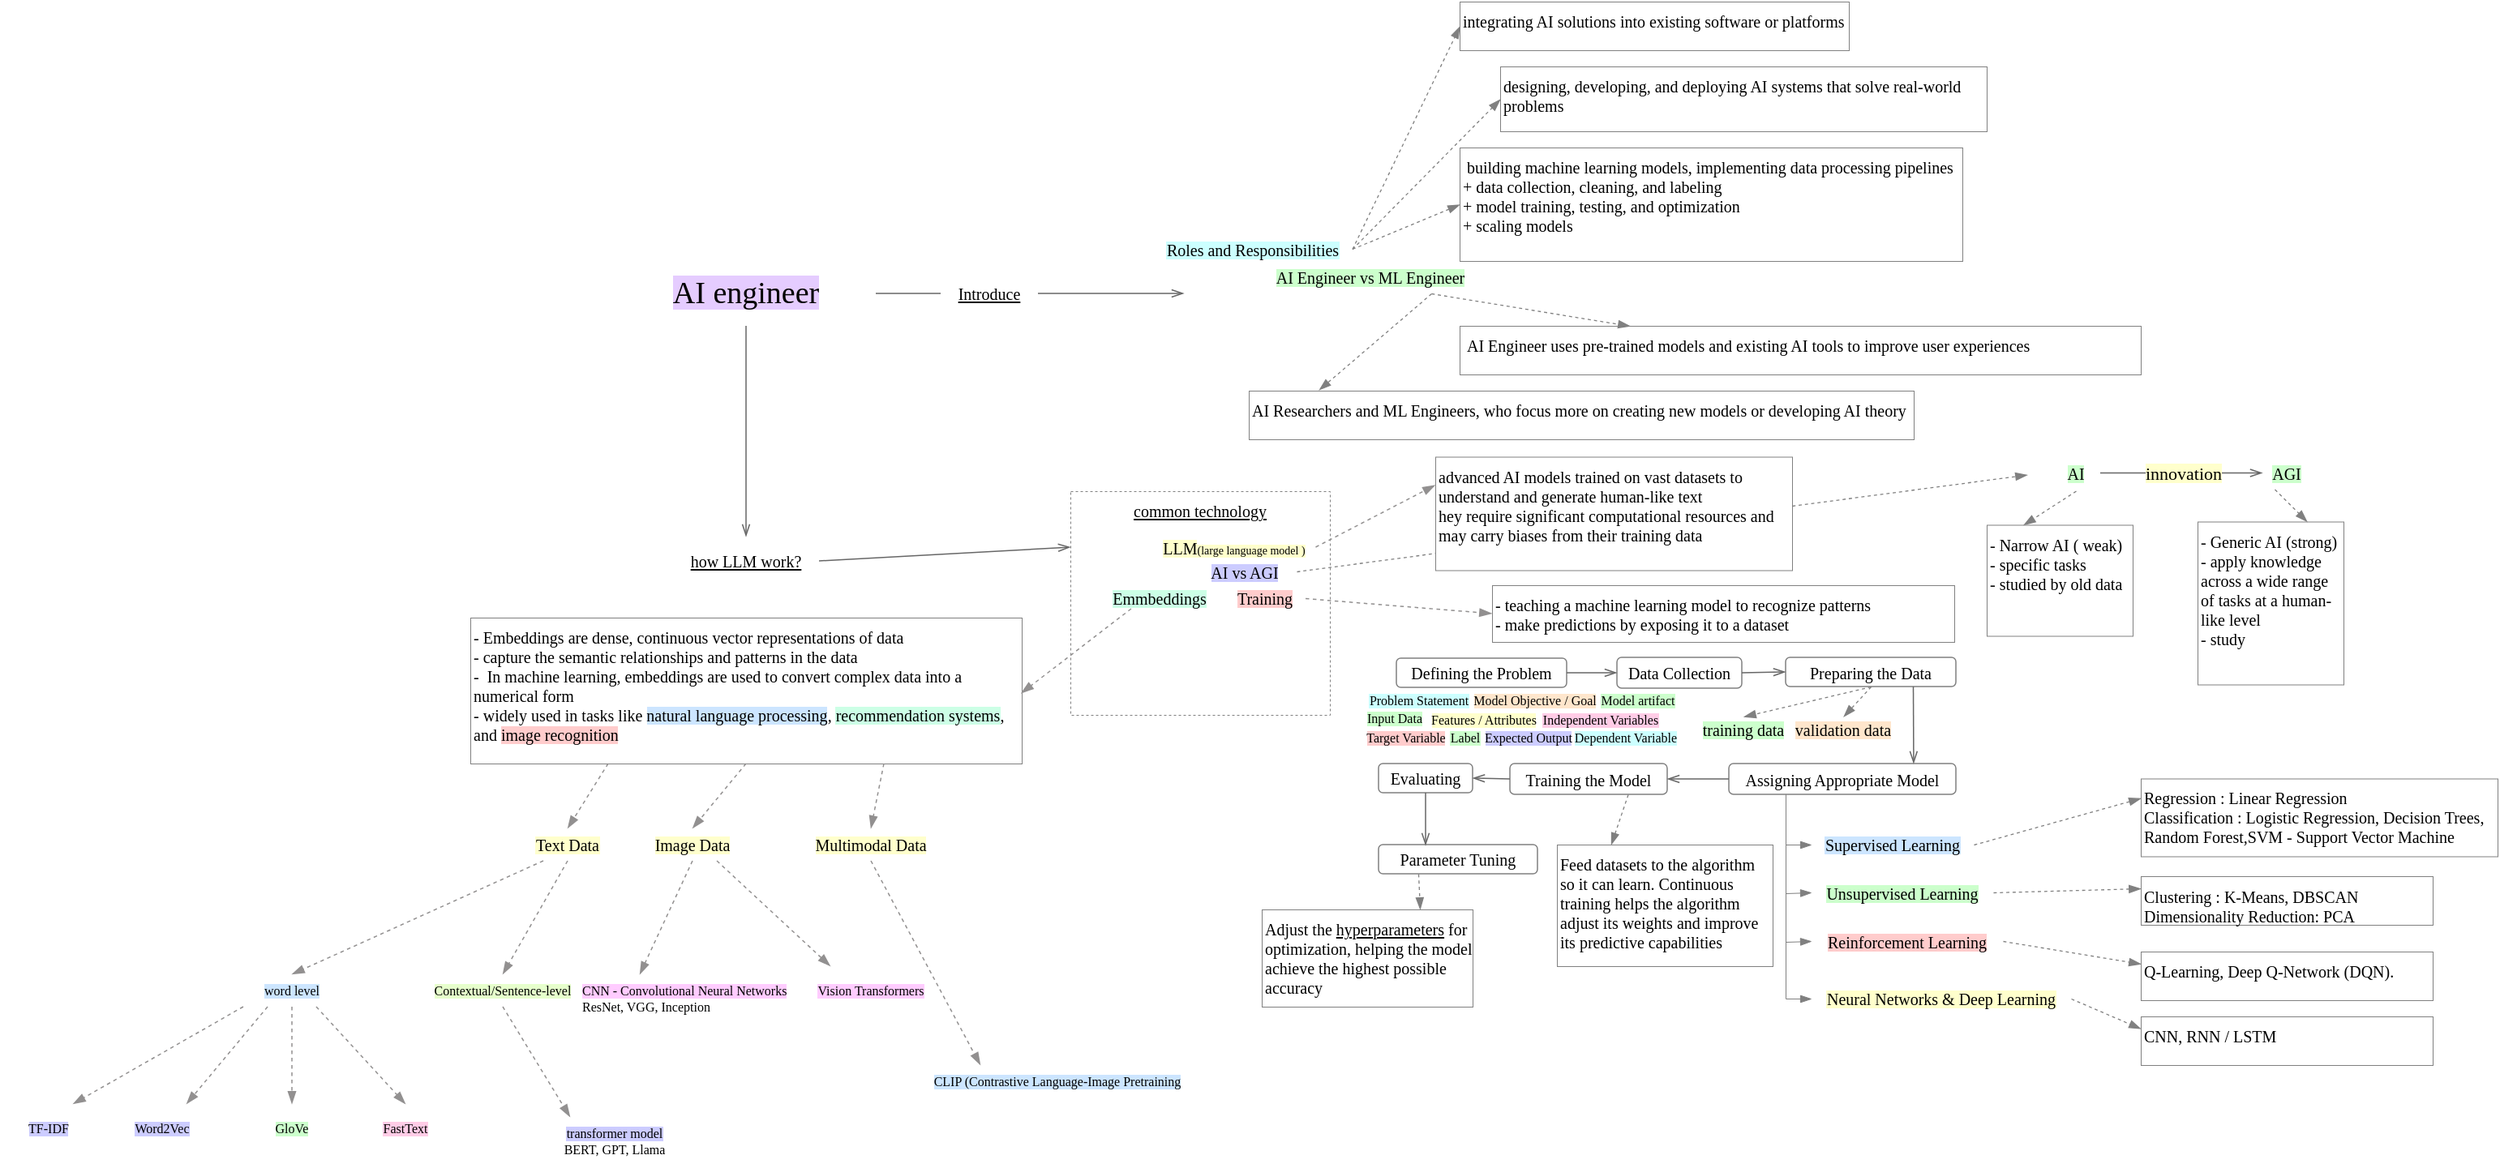
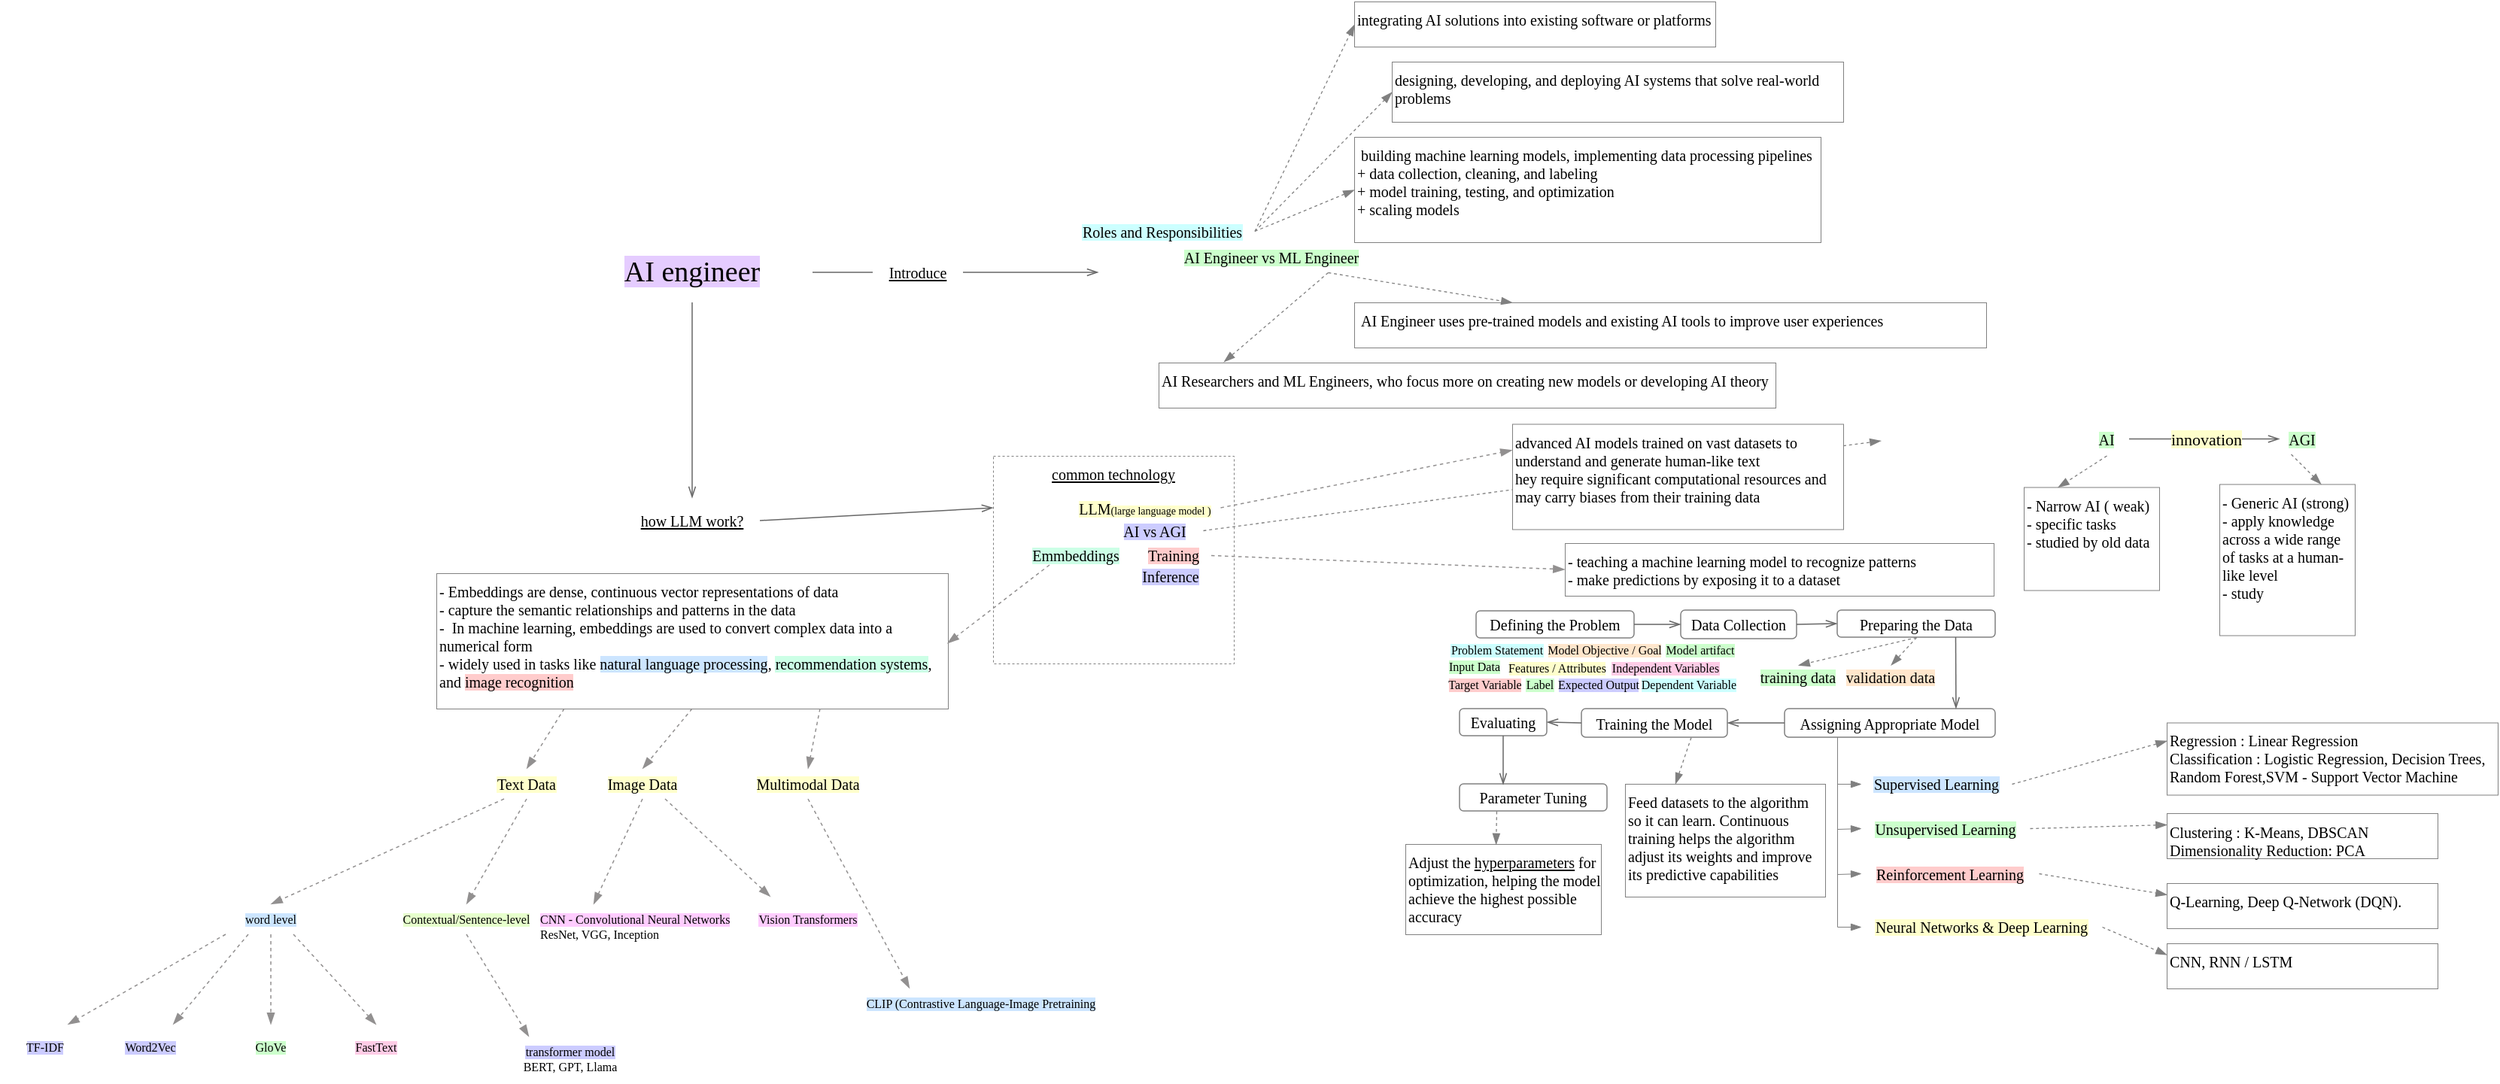
<mxfile host="app.diagrams.net" agent="Mozilla/5.0 (Macintosh; Intel Mac OS X 10_15_7) AppleWebKit/537.36 (KHTML, like Gecko) draw.io/29.3.0 Chrome/140.0.7339.249 Electron/38.7.2 Safari/537.36">
  <diagram name="Page-1" id="n3nyEJ4kgbD7jWuKOy95">
-     <mxGraphModel dx="745" dy="348" grid="1" gridSize="10" guides="1" tooltips="1" connect="1" arrows="1" fold="1" page="1" pageScale="1" pageWidth="827" pageHeight="1169" math="0" shadow="0">
+     <mxGraphModel dx="1141" dy="533" grid="1" gridSize="10" guides="1" tooltips="1" connect="1" arrows="1" fold="1" page="1" pageScale="1" pageWidth="827" pageHeight="1169" math="0" shadow="0">
      <root>
        <mxCell id="0" />
        <mxCell id="1" parent="0" />
        <mxCell id="48Jv2C9wjBzbgeSbcpPr-1" parent="1" style="text;html=1;whiteSpace=wrap;strokeColor=none;fillColor=none;align=center;verticalAlign=middle;rounded=0;fontFamily=Comic Sans MS;fontSize=19;" value="&lt;span style=&quot;background-color: rgb(229, 204, 255);&quot;&gt;AI engineer&lt;/span&gt;" vertex="1">
          <mxGeometry height="40" width="160" x="400" y="360" as="geometry" />
        </mxCell>
        <mxCell id="48Jv2C9wjBzbgeSbcpPr-3" parent="1" style="text;html=1;whiteSpace=wrap;strokeColor=none;fillColor=none;align=center;verticalAlign=middle;rounded=0;fontFamily=Comic Sans MS;fontSize=10;fontStyle=4" value="how LLM work?" vertex="1">
          <mxGeometry height="30" width="90" x="435" y="530" as="geometry" />
        </mxCell>
        <mxCell id="48Jv2C9wjBzbgeSbcpPr-6" edge="1" parent="1" source="48Jv2C9wjBzbgeSbcpPr-1" style="endArrow=openThin;html=1;rounded=0;strokeWidth=0.75;endFill=0;strokeColor=#666666;exitX=0.5;exitY=1;exitDx=0;exitDy=0;entryX=0.5;entryY=0;entryDx=0;entryDy=0;fontFamily=Comic Sans MS;" target="48Jv2C9wjBzbgeSbcpPr-3" value="">
          <mxGeometry height="50" relative="1" width="50" as="geometry">
            <mxPoint x="390" y="450" as="sourcePoint" />
            <mxPoint x="440" y="400" as="targetPoint" />
          </mxGeometry>
        </mxCell>
        <mxCell id="48Jv2C9wjBzbgeSbcpPr-8" parent="1" style="text;html=1;whiteSpace=wrap;strokeColor=none;fillColor=none;align=center;verticalAlign=middle;rounded=0;fontFamily=Comic Sans MS;fontSize=10;fontStyle=4" value="Introduce" vertex="1">
          <mxGeometry height="30" width="60" x="600" y="365" as="geometry" />
        </mxCell>
        <mxCell id="48Jv2C9wjBzbgeSbcpPr-9" edge="1" parent="1" source="48Jv2C9wjBzbgeSbcpPr-1" style="endArrow=none;html=1;rounded=0;strokeWidth=0.75;endFill=0;strokeColor=#666666;entryX=0;entryY=0.5;entryDx=0;entryDy=0;exitX=1;exitY=0.5;exitDx=0;exitDy=0;fontFamily=Comic Sans MS;" target="48Jv2C9wjBzbgeSbcpPr-8" value="">
          <mxGeometry height="50" relative="1" width="50" as="geometry">
            <mxPoint x="390" y="450" as="sourcePoint" />
            <mxPoint x="440" y="400" as="targetPoint" />
          </mxGeometry>
        </mxCell>
        <mxCell id="48Jv2C9wjBzbgeSbcpPr-11" edge="1" parent="1" source="48Jv2C9wjBzbgeSbcpPr-8" style="endArrow=openThin;html=1;rounded=0;strokeWidth=0.75;endFill=0;strokeColor=#666666;exitX=1;exitY=0.5;exitDx=0;exitDy=0;fontFamily=Comic Sans MS;" value="">
          <mxGeometry height="50" relative="1" width="50" as="geometry">
            <mxPoint x="590" y="450" as="sourcePoint" />
            <mxPoint x="750" y="380" as="targetPoint" />
          </mxGeometry>
        </mxCell>
        <mxCell id="48Jv2C9wjBzbgeSbcpPr-13" parent="1" style="text;html=1;whiteSpace=wrap;strokeColor=none;fillColor=none;align=center;verticalAlign=middle;rounded=0;fontFamily=Comic Sans MS;fontSize=10;" value="&lt;div&gt;&lt;span style=&quot;background-color: rgb(204, 255, 255);&quot;&gt;Roles and Responsibilities&lt;/span&gt;&lt;/div&gt;" vertex="1">
          <mxGeometry height="15" width="122.5" x="731.25" y="345" as="geometry" />
        </mxCell>
        <mxCell id="48Jv2C9wjBzbgeSbcpPr-14" parent="1" style="rounded=0;whiteSpace=wrap;html=1;fontFamily=Comic Sans MS;strokeWidth=0.5;strokeColor=#808080;align=left;verticalAlign=top;fontSize=10;" value="designing, developing, and deploying AI systems that solve real-world problems" vertex="1">
          <mxGeometry height="40" width="300" x="945" y="240" as="geometry" />
        </mxCell>
        <mxCell id="48Jv2C9wjBzbgeSbcpPr-15" parent="1" style="rounded=0;whiteSpace=wrap;html=1;fontFamily=Comic Sans MS;strokeWidth=0.5;strokeColor=#808080;align=left;verticalAlign=top;fontSize=10;" value="&amp;nbsp;building machine learning models, implementing data processing pipelines&lt;div&gt;+&amp;nbsp;data collection, cleaning, and labeling&lt;/div&gt;&lt;div&gt;+&amp;nbsp;model training, testing, and optimization&lt;/div&gt;&lt;div&gt;+&amp;nbsp;scaling models&lt;/div&gt;" vertex="1">
          <mxGeometry height="70" width="310" x="920" y="290" as="geometry" />
        </mxCell>
        <mxCell id="48Jv2C9wjBzbgeSbcpPr-16" parent="1" style="rounded=0;whiteSpace=wrap;html=1;fontFamily=Comic Sans MS;strokeWidth=0.5;strokeColor=#808080;align=left;verticalAlign=top;fontSize=10;" value="integrating AI solutions into existing software or platforms" vertex="1">
          <mxGeometry height="30" width="240" x="920" y="200" as="geometry" />
        </mxCell>
        <mxCell id="48Jv2C9wjBzbgeSbcpPr-17" edge="1" parent="1" source="48Jv2C9wjBzbgeSbcpPr-13" style="endArrow=blockThin;html=1;rounded=0;strokeColor=#808080;endFill=1;strokeWidth=0.65;exitX=1;exitY=0.5;exitDx=0;exitDy=0;entryX=0;entryY=0.5;entryDx=0;entryDy=0;dashed=1;fontFamily=Comic Sans MS;" target="48Jv2C9wjBzbgeSbcpPr-15" value="">
          <mxGeometry height="50" relative="1" width="50" as="geometry">
            <mxPoint x="945" y="330" as="sourcePoint" />
            <mxPoint x="920" y="290" as="targetPoint" />
          </mxGeometry>
        </mxCell>
        <mxCell id="48Jv2C9wjBzbgeSbcpPr-18" edge="1" parent="1" source="48Jv2C9wjBzbgeSbcpPr-13" style="endArrow=blockThin;html=1;rounded=0;strokeColor=#808080;endFill=1;strokeWidth=0.65;exitX=1;exitY=0.5;exitDx=0;exitDy=0;entryX=0;entryY=0.5;entryDx=0;entryDy=0;dashed=1;fontFamily=Comic Sans MS;" target="48Jv2C9wjBzbgeSbcpPr-14" value="">
          <mxGeometry height="50" relative="1" width="50" as="geometry">
            <mxPoint x="945" y="330" as="sourcePoint" />
            <mxPoint x="920" y="290" as="targetPoint" />
          </mxGeometry>
        </mxCell>
        <mxCell id="48Jv2C9wjBzbgeSbcpPr-19" edge="1" parent="1" source="48Jv2C9wjBzbgeSbcpPr-13" style="endArrow=blockThin;html=1;rounded=0;strokeColor=#808080;endFill=1;strokeWidth=0.65;exitX=1;exitY=0.5;exitDx=0;exitDy=0;entryX=0;entryY=0.5;entryDx=0;entryDy=0;dashed=1;fontFamily=Comic Sans MS;" target="48Jv2C9wjBzbgeSbcpPr-16" value="">
          <mxGeometry height="50" relative="1" width="50" as="geometry">
            <mxPoint x="945" y="330" as="sourcePoint" />
            <mxPoint x="920" y="290" as="targetPoint" />
          </mxGeometry>
        </mxCell>
        <mxCell id="48Jv2C9wjBzbgeSbcpPr-20" parent="1" style="text;html=1;whiteSpace=wrap;strokeColor=none;fillColor=none;align=center;verticalAlign=middle;rounded=0;fontFamily=Comic Sans MS;fontSize=10;" value="&lt;span style=&quot;background-color: rgb(204, 255, 204);&quot;&gt;AI Engineer vs ML Engineer&lt;/span&gt;" vertex="1">
          <mxGeometry height="20" width="150" x="790" y="360" as="geometry" />
        </mxCell>
        <mxCell id="48Jv2C9wjBzbgeSbcpPr-21" parent="1" style="rounded=0;whiteSpace=wrap;html=1;fontFamily=Comic Sans MS;strokeWidth=0.5;strokeColor=#808080;align=left;verticalAlign=top;fontSize=10;" value="&amp;nbsp;AI Engineer uses pre-trained models and existing AI tools to improve user experiences" vertex="1">
          <mxGeometry height="30" width="420" x="920" y="400" as="geometry" />
        </mxCell>
        <mxCell id="48Jv2C9wjBzbgeSbcpPr-22" parent="1" style="rounded=0;whiteSpace=wrap;html=1;fontFamily=Comic Sans MS;strokeWidth=0.5;strokeColor=#808080;align=left;verticalAlign=top;fontSize=10;" value="AI Researchers and ML Engineers, who focus more on creating new models or developing AI theory" vertex="1">
          <mxGeometry height="30" width="410" x="790" y="440" as="geometry" />
        </mxCell>
        <mxCell id="48Jv2C9wjBzbgeSbcpPr-23" edge="1" parent="1" source="48Jv2C9wjBzbgeSbcpPr-20" style="endArrow=blockThin;html=1;rounded=0;strokeColor=#808080;endFill=1;strokeWidth=0.65;exitX=0.75;exitY=1;exitDx=0;exitDy=0;entryX=0.25;entryY=0;entryDx=0;entryDy=0;dashed=1;fontFamily=Comic Sans MS;" target="48Jv2C9wjBzbgeSbcpPr-21" value="">
          <mxGeometry height="50" relative="1" width="50" as="geometry">
            <mxPoint x="705" y="330" as="sourcePoint" />
            <mxPoint x="680" y="290" as="targetPoint" />
          </mxGeometry>
        </mxCell>
        <mxCell id="48Jv2C9wjBzbgeSbcpPr-24" edge="1" parent="1" source="48Jv2C9wjBzbgeSbcpPr-20" style="endArrow=blockThin;html=1;rounded=0;strokeColor=#808080;endFill=1;strokeWidth=0.65;exitX=0.75;exitY=1;exitDx=0;exitDy=0;entryX=0.105;entryY=-0.017;entryDx=0;entryDy=0;dashed=1;entryPerimeter=0;fontFamily=Comic Sans MS;" target="48Jv2C9wjBzbgeSbcpPr-22" value="">
          <mxGeometry height="50" relative="1" width="50" as="geometry">
            <mxPoint x="705" y="330" as="sourcePoint" />
            <mxPoint x="680" y="290" as="targetPoint" />
          </mxGeometry>
        </mxCell>
        <mxCell id="48Jv2C9wjBzbgeSbcpPr-25" parent="1" style="rounded=0;whiteSpace=wrap;html=1;fontFamily=Comic Sans MS;strokeWidth=0.5;strokeColor=#808080;align=center;verticalAlign=top;fontSize=10;dashed=1;" value="&lt;u&gt;common technology&lt;/u&gt;&lt;div&gt;&lt;br&gt;&lt;/div&gt;" vertex="1">
          <mxGeometry height="138" width="160" x="680" y="502" as="geometry" />
        </mxCell>
        <mxCell id="48Jv2C9wjBzbgeSbcpPr-27" parent="1" style="text;html=1;whiteSpace=wrap;strokeColor=none;fillColor=none;align=center;verticalAlign=middle;rounded=0;fontFamily=Comic Sans MS;fontSize=10;" value="&lt;span&gt;&lt;span style=&quot;background-color: light-dark(rgb(204, 204, 255), rgb(0, 43, 0));&quot;&gt;AI vs AGI&lt;/span&gt;&lt;br&gt;&lt;/span&gt;" vertex="1">
          <mxGeometry height="10" width="65" x="754.5" y="546.5" as="geometry" />
        </mxCell>
        <mxCell id="48Jv2C9wjBzbgeSbcpPr-28" edge="1" parent="1" source="48Jv2C9wjBzbgeSbcpPr-3" style="endArrow=openThin;html=1;rounded=0;strokeWidth=0.75;endFill=0;strokeColor=#666666;exitX=1;exitY=0.5;exitDx=0;exitDy=0;entryX=0;entryY=0.25;entryDx=0;entryDy=0;fontFamily=Comic Sans MS;" target="48Jv2C9wjBzbgeSbcpPr-25" value="">
          <mxGeometry height="50" relative="1" width="50" as="geometry">
            <mxPoint x="670" y="630" as="sourcePoint" />
            <mxPoint x="720" y="580" as="targetPoint" />
          </mxGeometry>
        </mxCell>
        <mxCell id="48Jv2C9wjBzbgeSbcpPr-31" edge="1" parent="1" source="48Jv2C9wjBzbgeSbcpPr-27" style="endArrow=blockThin;html=1;rounded=0;strokeColor=#808080;endFill=1;strokeWidth=0.65;exitX=1;exitY=0.5;exitDx=0;exitDy=0;dashed=1;fontFamily=Comic Sans MS;entryX=0;entryY=0.5;entryDx=0;entryDy=0;" value="">
          <mxGeometry height="50" relative="1" width="50" as="geometry">
            <mxPoint x="810" y="536" as="sourcePoint" />
            <mxPoint x="1270" y="491.7500000000001" as="targetPoint" />
          </mxGeometry>
        </mxCell>
        <mxCell id="48Jv2C9wjBzbgeSbcpPr-32" parent="1" style="text;html=1;whiteSpace=wrap;strokeColor=none;fillColor=none;align=center;verticalAlign=middle;rounded=0;fontFamily=Comic Sans MS;fontSize=10;" value="&lt;span style=&quot;background-color: rgb(204, 255, 204);&quot;&gt;&lt;span style=&quot;background-color: light-dark(rgb(204, 255, 204), rgb(0, 43, 0));&quot;&gt;AI&lt;/span&gt;&lt;br&gt;&lt;/span&gt;" vertex="1">
-           <mxGeometry height="22" width="30" x="1285" y="479.75" as="geometry" />
+           <mxGeometry height="22" width="30" x="1405" y="479.75" as="geometry" />
        </mxCell>
        <mxCell id="48Jv2C9wjBzbgeSbcpPr-34" parent="1" style="text;html=1;whiteSpace=wrap;strokeColor=none;fillColor=none;align=center;verticalAlign=middle;rounded=0;fontFamily=Comic Sans MS;fontSize=10;" value="&lt;span style=&quot;background-color: rgb(204, 255, 204);&quot;&gt;AGI&lt;/span&gt;" vertex="1">
-           <mxGeometry height="20" width="30" x="1415" y="480.75" as="geometry" />
+           <mxGeometry height="20" width="30" x="1535" y="480.75" as="geometry" />
        </mxCell>
        <mxCell id="48Jv2C9wjBzbgeSbcpPr-35" edge="1" parent="1" source="48Jv2C9wjBzbgeSbcpPr-32" style="endArrow=openThin;html=1;rounded=0;strokeWidth=0.75;endFill=0;strokeColor=#666666;exitX=1;exitY=0.5;exitDx=0;exitDy=0;fontFamily=Comic Sans MS;" target="48Jv2C9wjBzbgeSbcpPr-34" value="">
          <mxGeometry height="50" relative="1" width="50" as="geometry">
-             <mxPoint x="1325" y="612.75" as="sourcePoint" />
-             <mxPoint x="1375" y="562.75" as="targetPoint" />
+             <mxPoint x="1445" y="612.75" as="sourcePoint" />
+             <mxPoint x="1495" y="562.75" as="targetPoint" />
          </mxGeometry>
        </mxCell>
        <mxCell id="48Jv2C9wjBzbgeSbcpPr-36" connectable="0" parent="48Jv2C9wjBzbgeSbcpPr-35" style="edgeLabel;html=1;align=center;verticalAlign=middle;resizable=0;points=[];fontFamily=Comic Sans MS;" value="&lt;span style=&quot;background-color: rgb(255, 255, 204);&quot;&gt;innovation&lt;/span&gt;" vertex="1">
          <mxGeometry relative="1" x="-0.312" as="geometry">
            <mxPoint x="16" as="offset" />
          </mxGeometry>
        </mxCell>
        <mxCell id="48Jv2C9wjBzbgeSbcpPr-37" parent="1" style="rounded=0;whiteSpace=wrap;html=1;fontFamily=Comic Sans MS;strokeWidth=0.5;strokeColor=#808080;align=left;verticalAlign=top;fontSize=10;" value="- Narrow AI ( weak)&lt;div&gt;-&amp;nbsp;specific tasks&lt;/div&gt;&lt;div&gt;- studied by old data&lt;/div&gt;" vertex="1">
-           <mxGeometry height="68.5" width="90" x="1245" y="522.75" as="geometry" />
+           <mxGeometry height="68.5" width="90" x="1365" y="522.75" as="geometry" />
        </mxCell>
        <mxCell id="48Jv2C9wjBzbgeSbcpPr-38" parent="1" style="rounded=0;whiteSpace=wrap;html=1;fontFamily=Comic Sans MS;strokeWidth=0.5;strokeColor=#808080;align=left;verticalAlign=top;fontSize=10;" value="- Generic AI (strong)&lt;div&gt;-&amp;nbsp;apply knowledge across a wide range of tasks at a human-like level&lt;/div&gt;&lt;div&gt;- study&amp;nbsp;&lt;/div&gt;" vertex="1">
-           <mxGeometry height="100.5" width="90" x="1375" y="520.75" as="geometry" />
+           <mxGeometry height="100.5" width="90" x="1495" y="520.75" as="geometry" />
        </mxCell>
        <mxCell id="48Jv2C9wjBzbgeSbcpPr-39" edge="1" parent="1" source="48Jv2C9wjBzbgeSbcpPr-34" style="endArrow=blockThin;html=1;rounded=0;strokeColor=#808080;endFill=1;strokeWidth=0.65;exitX=0.25;exitY=1;exitDx=0;exitDy=0;entryX=0.75;entryY=0;entryDx=0;entryDy=0;dashed=1;" target="48Jv2C9wjBzbgeSbcpPr-38" value="">
          <mxGeometry height="50" relative="1" width="50" as="geometry">
-             <mxPoint x="1390" y="580.75" as="sourcePoint" />
-             <mxPoint x="1365" y="540.75" as="targetPoint" />
+             <mxPoint x="1510" y="580.75" as="sourcePoint" />
+             <mxPoint x="1485" y="540.75" as="targetPoint" />
          </mxGeometry>
        </mxCell>
        <mxCell id="48Jv2C9wjBzbgeSbcpPr-41" edge="1" parent="1" source="48Jv2C9wjBzbgeSbcpPr-32" style="endArrow=blockThin;html=1;rounded=0;strokeColor=#808080;endFill=1;strokeWidth=0.65;exitX=0.5;exitY=1;exitDx=0;exitDy=0;entryX=0.25;entryY=0;entryDx=0;entryDy=0;dashed=1;" target="48Jv2C9wjBzbgeSbcpPr-37" value="">
          <mxGeometry height="50" relative="1" width="50" as="geometry">
-             <mxPoint x="1390" y="582.75" as="sourcePoint" />
-             <mxPoint x="1365" y="542.75" as="targetPoint" />
+             <mxPoint x="1510" y="582.75" as="sourcePoint" />
+             <mxPoint x="1485" y="542.75" as="targetPoint" />
          </mxGeometry>
        </mxCell>
        <mxCell id="4Kx2ZGOmUHy-jwn0eLsE-1" parent="1" style="text;html=1;whiteSpace=wrap;strokeColor=none;fillColor=none;align=center;verticalAlign=middle;rounded=0;" value="&lt;font face=&quot;Comic Sans MS&quot; style=&quot;background-color: rgb(255, 255, 204); font-size: 10px;&quot;&gt;LLM&lt;/font&gt;&lt;span style=&quot;background-color: rgb(255, 255, 204); font-size: 7px; font-family: &amp;quot;Comic Sans MS&amp;quot;; color: light-dark(rgb(0, 0, 0), rgb(255, 255, 255));&quot;&gt;(large language model )&lt;/span&gt;" vertex="1">
          <mxGeometry height="20" width="100" x="731.25" y="526.5" as="geometry" />
        </mxCell>
        <mxCell id="4Kx2ZGOmUHy-jwn0eLsE-2" parent="1" style="rounded=0;whiteSpace=wrap;html=1;align=left;verticalAlign=top;fontFamily=Comic Sans MS;strokeWidth=0.5;fontSize=10;strokeColor=#808080;" value="&lt;div&gt;&lt;div&gt;&lt;span style=&quot;background-color: transparent;&quot;&gt;advanced AI models trained on vast datasets to understand and generate human-like text&lt;/span&gt;&lt;/div&gt;&lt;/div&gt;&lt;div&gt;&lt;span style=&quot;background-color: transparent;&quot;&gt;hey require significant computational resources and may carry biases from their training data&lt;/span&gt;&lt;/div&gt;" vertex="1">
-           <mxGeometry height="70" width="220" x="905" y="480.75" as="geometry" />
+           <mxGeometry height="70" width="220" x="1025" y="480.75" as="geometry" />
        </mxCell>
        <mxCell id="4Kx2ZGOmUHy-jwn0eLsE-3" edge="1" parent="1" source="4Kx2ZGOmUHy-jwn0eLsE-1" style="endArrow=blockThin;html=1;rounded=0;endFill=1;strokeColor=light-dark(#929090, #ededed);strokeWidth=0.75;dashed=1;exitX=1;exitY=0.5;exitDx=0;exitDy=0;entryX=0;entryY=0.25;entryDx=0;entryDy=0;" target="4Kx2ZGOmUHy-jwn0eLsE-2" value="">
          <mxGeometry height="50" relative="1" width="50" as="geometry">
            <mxPoint x="710" y="550" as="sourcePoint" />
            <mxPoint x="760" y="500" as="targetPoint" />
          </mxGeometry>
        </mxCell>
        <mxCell id="4Kx2ZGOmUHy-jwn0eLsE-4" parent="1" style="text;html=1;whiteSpace=wrap;strokeColor=none;fillColor=none;align=center;verticalAlign=middle;rounded=0;fontFamily=Comic Sans MS;fontSize=10;" value="&lt;span&gt;&lt;span style=&quot;background-color: light-dark(rgb(204, 255, 230), rgb(0, 43, 0));&quot;&gt;Emmbeddings&lt;/span&gt;&lt;br&gt;&lt;/span&gt;" vertex="1">
          <mxGeometry height="14" width="70" x="700" y="560.5" as="geometry" />
        </mxCell>
        <mxCell id="4Kx2ZGOmUHy-jwn0eLsE-5" parent="1" style="rounded=0;whiteSpace=wrap;html=1;align=left;verticalAlign=top;fontFamily=Comic Sans MS;strokeWidth=0.5;fontSize=10;strokeColor=#808080;" value="&lt;div&gt;&lt;div&gt;&lt;span style=&quot;background-color: transparent;&quot;&gt;- Embeddings are dense, continuous vector representations of data&lt;/span&gt;&lt;/div&gt;&lt;/div&gt;&lt;div&gt;&lt;span style=&quot;background-color: transparent;&quot;&gt;-&amp;nbsp;&lt;/span&gt;&lt;span style=&quot;background-color: transparent;&quot;&gt;capture the semantic relationships and patterns in the data&lt;/span&gt;&lt;/div&gt;&lt;div&gt;&lt;span style=&quot;background-color: transparent;&quot;&gt;-&amp;nbsp;&lt;/span&gt;&lt;span style=&quot;background-color: transparent;&quot;&gt;&amp;nbsp;In machine learning, embeddings are used to convert complex data into a numerical form&lt;/span&gt;&lt;/div&gt;&lt;div&gt;&lt;span style=&quot;background-color: transparent;&quot;&gt;-&amp;nbsp;&lt;/span&gt;&lt;span style=&quot;background-color: transparent;&quot;&gt;widely used in tasks like &lt;/span&gt;&lt;span style=&quot;background-color: rgb(204, 229, 255);&quot;&gt;natural language processing&lt;/span&gt;&lt;span style=&quot;background-color: transparent;&quot;&gt;, &lt;/span&gt;&lt;span style=&quot;background-color: rgb(204, 255, 230);&quot;&gt;recommendation systems&lt;/span&gt;&lt;span style=&quot;background-color: transparent;&quot;&gt;, and &lt;/span&gt;&lt;span style=&quot;background-color: rgb(255, 204, 204);&quot;&gt;image recognition&lt;/span&gt;&lt;/div&gt;" vertex="1">
          <mxGeometry height="90" width="340" x="310" y="580" as="geometry" />
        </mxCell>
        <mxCell id="4Kx2ZGOmUHy-jwn0eLsE-6" parent="1" style="text;html=1;whiteSpace=wrap;strokeColor=none;fillColor=none;align=center;verticalAlign=middle;rounded=0;fontSize=10;" value="&lt;font face=&quot;Comic Sans MS&quot; style=&quot;background-color: rgb(255, 204, 204);&quot;&gt;Training&lt;/font&gt;" vertex="1">
          <mxGeometry height="13.5" width="50" x="775" y="561.5" as="geometry" />
        </mxCell>
        <mxCell id="4Kx2ZGOmUHy-jwn0eLsE-7" edge="1" parent="1" source="4Kx2ZGOmUHy-jwn0eLsE-4" style="endArrow=blockThin;html=1;rounded=0;endFill=1;strokeColor=light-dark(#929090, #ededed);strokeWidth=0.75;dashed=1;exitX=0.25;exitY=1;exitDx=0;exitDy=0;entryX=0.999;entryY=0.518;entryDx=0;entryDy=0;entryPerimeter=0;" target="4Kx2ZGOmUHy-jwn0eLsE-5" value="">
          <mxGeometry height="50" relative="1" width="50" as="geometry">
            <mxPoint x="620" y="640" as="sourcePoint" />
            <mxPoint x="670" y="590" as="targetPoint" />
          </mxGeometry>
        </mxCell>
        <mxCell id="4Kx2ZGOmUHy-jwn0eLsE-8" parent="1" style="rounded=0;whiteSpace=wrap;html=1;align=left;verticalAlign=top;fontFamily=Comic Sans MS;strokeWidth=0.5;fontSize=10;strokeColor=#808080;" value="&lt;div&gt;&lt;span style=&quot;background-color: transparent; color: light-dark(rgb(0, 0, 0), rgb(255, 255, 255));&quot;&gt;-&amp;nbsp;teaching a machine learning model to recognize patterns&lt;/span&gt;&lt;/div&gt;&lt;div&gt;-&amp;nbsp;make predictions by exposing it to a dataset&lt;/div&gt;" vertex="1">
-           <mxGeometry height="35" width="285" x="940" y="560" as="geometry" />
+           <mxGeometry height="35" width="285" x="1060" y="560" as="geometry" />
        </mxCell>
        <mxCell id="4Kx2ZGOmUHy-jwn0eLsE-10" edge="1" parent="1" source="4Kx2ZGOmUHy-jwn0eLsE-6" style="endArrow=blockThin;html=1;rounded=0;endFill=1;strokeColor=light-dark(#929090, #ededed);strokeWidth=0.75;dashed=1;exitX=1;exitY=0.5;exitDx=0;exitDy=0;entryX=0;entryY=0.5;entryDx=0;entryDy=0;" target="4Kx2ZGOmUHy-jwn0eLsE-8" value="">
          <mxGeometry height="50" relative="1" width="50" as="geometry">
            <mxPoint x="950" y="590" as="sourcePoint" />
            <mxPoint x="1000" y="540" as="targetPoint" />
          </mxGeometry>
        </mxCell>
        <mxCell id="4Kx2ZGOmUHy-jwn0eLsE-11" parent="1" style="text;html=1;whiteSpace=wrap;strokeColor=none;fillColor=none;align=center;verticalAlign=middle;rounded=0;fontSize=10;" value="&lt;font face=&quot;Comic Sans MS&quot; style=&quot;background-color: rgb(255, 255, 204);&quot;&gt;Text Data&lt;/font&gt;" vertex="1">
          <mxGeometry height="20" width="60" x="340" y="710" as="geometry" />
        </mxCell>
        <mxCell id="4Kx2ZGOmUHy-jwn0eLsE-12" parent="1" style="text;html=1;whiteSpace=wrap;strokeColor=none;fillColor=none;align=center;verticalAlign=middle;rounded=0;fontSize=10;" value="&lt;font face=&quot;Comic Sans MS&quot; style=&quot;background-color: rgb(255, 255, 204);&quot;&gt;Image Data&lt;/font&gt;" vertex="1">
          <mxGeometry height="20" width="60" x="417" y="710" as="geometry" />
        </mxCell>
        <mxCell id="4Kx2ZGOmUHy-jwn0eLsE-13" parent="1" style="text;html=1;whiteSpace=wrap;strokeColor=none;fillColor=none;align=center;verticalAlign=middle;rounded=0;fontSize=10;" value="&lt;font face=&quot;Comic Sans MS&quot; style=&quot;background-color: rgb(255, 255, 204);&quot;&gt;Multimodal&amp;nbsp;Data&lt;/font&gt;" vertex="1">
          <mxGeometry height="20" width="60" x="527" y="710" as="geometry" />
        </mxCell>
        <mxCell id="4Kx2ZGOmUHy-jwn0eLsE-14" edge="1" parent="1" source="4Kx2ZGOmUHy-jwn0eLsE-5" style="endArrow=blockThin;html=1;rounded=0;endFill=1;strokeColor=light-dark(#929090, #ededed);strokeWidth=0.75;dashed=1;entryX=0.5;entryY=0;entryDx=0;entryDy=0;exitX=0.75;exitY=1;exitDx=0;exitDy=0;" target="4Kx2ZGOmUHy-jwn0eLsE-13" value="">
          <mxGeometry height="50" relative="1" width="50" as="geometry">
            <mxPoint x="410" y="700" as="sourcePoint" />
            <mxPoint x="460" y="650" as="targetPoint" />
          </mxGeometry>
        </mxCell>
        <mxCell id="4Kx2ZGOmUHy-jwn0eLsE-15" edge="1" parent="1" source="4Kx2ZGOmUHy-jwn0eLsE-5" style="endArrow=blockThin;html=1;rounded=0;endFill=1;strokeColor=light-dark(#929090, #ededed);strokeWidth=0.75;dashed=1;entryX=0.5;entryY=0;entryDx=0;entryDy=0;exitX=0.5;exitY=1;exitDx=0;exitDy=0;" target="4Kx2ZGOmUHy-jwn0eLsE-12" value="">
          <mxGeometry height="50" relative="1" width="50" as="geometry">
            <mxPoint x="410" y="700" as="sourcePoint" />
            <mxPoint x="460" y="650" as="targetPoint" />
          </mxGeometry>
        </mxCell>
        <mxCell id="4Kx2ZGOmUHy-jwn0eLsE-16" edge="1" parent="1" source="4Kx2ZGOmUHy-jwn0eLsE-5" style="endArrow=blockThin;html=1;rounded=0;endFill=1;strokeColor=light-dark(#929090, #ededed);strokeWidth=0.75;dashed=1;entryX=0.5;entryY=0;entryDx=0;entryDy=0;exitX=0.25;exitY=1;exitDx=0;exitDy=0;" target="4Kx2ZGOmUHy-jwn0eLsE-11" value="">
          <mxGeometry height="50" relative="1" width="50" as="geometry">
            <mxPoint x="410" y="700" as="sourcePoint" />
            <mxPoint x="460" y="650" as="targetPoint" />
          </mxGeometry>
        </mxCell>
        <mxCell id="4Kx2ZGOmUHy-jwn0eLsE-17" parent="1" style="text;html=1;whiteSpace=wrap;strokeColor=none;fillColor=none;align=center;verticalAlign=middle;rounded=0;fontSize=8;" value="&lt;font face=&quot;Comic Sans MS&quot; style=&quot;background-color: rgb(204, 229, 255);&quot;&gt;word level&lt;/font&gt;" vertex="1">
          <mxGeometry height="20" width="60" x="170" y="800" as="geometry" />
        </mxCell>
        <mxCell id="4Kx2ZGOmUHy-jwn0eLsE-18" parent="1" style="text;html=1;whiteSpace=wrap;strokeColor=none;fillColor=none;align=center;verticalAlign=middle;rounded=0;fontSize=8;fontStyle=0" value="&lt;font face=&quot;Comic Sans MS&quot; style=&quot;background-color: rgb(204, 204, 255);&quot;&gt;Word2Vec&lt;/font&gt;" vertex="1">
          <mxGeometry height="30" width="60" x="90" y="879.9999999999995" as="geometry" />
        </mxCell>
        <mxCell id="4Kx2ZGOmUHy-jwn0eLsE-19" parent="1" style="text;html=1;whiteSpace=wrap;strokeColor=none;fillColor=none;align=center;verticalAlign=middle;rounded=0;fontSize=8;fontStyle=0" value="&lt;font face=&quot;Comic Sans MS&quot; style=&quot;background-color: rgb(204, 255, 204);&quot;&gt;GloVe&lt;/font&gt;" vertex="1">
          <mxGeometry height="30" width="60" x="170" y="879.9999999999995" as="geometry" />
        </mxCell>
        <mxCell id="4Kx2ZGOmUHy-jwn0eLsE-20" parent="1" style="text;html=1;whiteSpace=wrap;strokeColor=none;fillColor=none;align=center;verticalAlign=middle;rounded=0;fontSize=8;fontStyle=0" value="&lt;font face=&quot;Comic Sans MS&quot; style=&quot;background-color: rgb(255, 204, 230);&quot;&gt;FastText&lt;/font&gt;" vertex="1">
          <mxGeometry height="30" width="60" x="240" y="879.9999999999995" as="geometry" />
        </mxCell>
        <mxCell id="4Kx2ZGOmUHy-jwn0eLsE-21" edge="1" parent="1" source="4Kx2ZGOmUHy-jwn0eLsE-17" style="endArrow=blockThin;html=1;rounded=0;endFill=1;strokeColor=light-dark(#929090, #ededed);strokeWidth=0.75;dashed=1;exitX=0.75;exitY=1;exitDx=0;exitDy=0;entryX=0.5;entryY=0;entryDx=0;entryDy=0;fontSize=8;" target="4Kx2ZGOmUHy-jwn0eLsE-20" value="">
          <mxGeometry height="50" relative="1" width="50" as="geometry">
            <mxPoint x="270" y="840" as="sourcePoint" />
            <mxPoint x="320" y="790" as="targetPoint" />
          </mxGeometry>
        </mxCell>
        <mxCell id="4Kx2ZGOmUHy-jwn0eLsE-22" edge="1" parent="1" source="4Kx2ZGOmUHy-jwn0eLsE-17" style="endArrow=blockThin;html=1;rounded=0;endFill=1;strokeColor=light-dark(#929090, #ededed);strokeWidth=0.75;dashed=1;exitX=0.5;exitY=1;exitDx=0;exitDy=0;fontSize=8;" target="4Kx2ZGOmUHy-jwn0eLsE-19" value="">
          <mxGeometry height="50" relative="1" width="50" as="geometry">
            <mxPoint x="240" y="840" as="sourcePoint" />
            <mxPoint x="295" y="900" as="targetPoint" />
          </mxGeometry>
        </mxCell>
        <mxCell id="4Kx2ZGOmUHy-jwn0eLsE-23" edge="1" parent="1" source="4Kx2ZGOmUHy-jwn0eLsE-17" style="endArrow=blockThin;html=1;rounded=0;endFill=1;strokeColor=light-dark(#929090, #ededed);strokeWidth=0.75;dashed=1;exitX=0.25;exitY=1;exitDx=0;exitDy=0;entryX=0.75;entryY=0;entryDx=0;entryDy=0;fontSize=8;" target="4Kx2ZGOmUHy-jwn0eLsE-18" value="">
          <mxGeometry height="50" relative="1" width="50" as="geometry">
            <mxPoint x="190" y="830" as="sourcePoint" />
            <mxPoint x="190" y="890" as="targetPoint" />
          </mxGeometry>
        </mxCell>
        <mxCell id="4Kx2ZGOmUHy-jwn0eLsE-24" parent="1" style="text;html=1;whiteSpace=wrap;strokeColor=none;fillColor=none;align=center;verticalAlign=middle;rounded=0;fontSize=8;" value="&lt;font face=&quot;Comic Sans MS&quot; style=&quot;background-color: rgb(230, 255, 204);&quot;&gt;Contextual/Sentence-level&lt;/font&gt;" vertex="1">
          <mxGeometry height="20" width="140" x="260" y="800" as="geometry" />
        </mxCell>
        <mxCell id="4Kx2ZGOmUHy-jwn0eLsE-25" parent="1" style="text;html=1;whiteSpace=wrap;strokeColor=none;fillColor=none;align=center;verticalAlign=middle;rounded=0;fontSize=8;" value="&lt;font face=&quot;Comic Sans MS&quot;&gt;&lt;span style=&quot;background-color: rgb(204, 204, 255);&quot;&gt;transformer model&lt;/span&gt;&lt;br&gt;&lt;font&gt;BERT, GPT, Llama&lt;/font&gt;&lt;/font&gt;" vertex="1">
          <mxGeometry height="30" width="110" x="344" y="888" as="geometry" />
        </mxCell>
        <mxCell id="4Kx2ZGOmUHy-jwn0eLsE-26" edge="1" parent="1" source="4Kx2ZGOmUHy-jwn0eLsE-24" style="endArrow=blockThin;html=1;rounded=0;endFill=1;strokeColor=light-dark(#929090, #ededed);strokeWidth=0.75;dashed=1;entryX=0.25;entryY=0;entryDx=0;entryDy=0;exitX=0.5;exitY=1;exitDx=0;exitDy=0;fontSize=8;" target="4Kx2ZGOmUHy-jwn0eLsE-25" value="">
          <mxGeometry height="50" relative="1" width="50" as="geometry">
            <mxPoint x="360" y="890" as="sourcePoint" />
            <mxPoint x="410" y="840" as="targetPoint" />
          </mxGeometry>
        </mxCell>
        <mxCell id="4Kx2ZGOmUHy-jwn0eLsE-27" edge="1" parent="1" source="4Kx2ZGOmUHy-jwn0eLsE-11" style="endArrow=blockThin;html=1;rounded=0;endFill=1;strokeColor=light-dark(#929090, #ededed);strokeWidth=0.75;dashed=1;exitX=0.25;exitY=1;exitDx=0;exitDy=0;entryX=0.5;entryY=0;entryDx=0;entryDy=0;" target="4Kx2ZGOmUHy-jwn0eLsE-17" value="">
          <mxGeometry height="50" relative="1" width="50" as="geometry">
            <mxPoint x="330" y="900" as="sourcePoint" />
            <mxPoint x="380" y="850" as="targetPoint" />
          </mxGeometry>
        </mxCell>
        <mxCell id="4Kx2ZGOmUHy-jwn0eLsE-28" edge="1" parent="1" source="4Kx2ZGOmUHy-jwn0eLsE-11" style="endArrow=blockThin;html=1;rounded=0;endFill=1;strokeColor=light-dark(#929090, #ededed);strokeWidth=0.75;dashed=1;entryX=0.5;entryY=0;entryDx=0;entryDy=0;exitX=0.5;exitY=1;exitDx=0;exitDy=0;" target="4Kx2ZGOmUHy-jwn0eLsE-24" value="">
          <mxGeometry height="50" relative="1" width="50" as="geometry">
            <mxPoint x="330" y="900" as="sourcePoint" />
            <mxPoint x="380" y="850" as="targetPoint" />
          </mxGeometry>
        </mxCell>
        <mxCell id="4Kx2ZGOmUHy-jwn0eLsE-29" parent="1" style="text;html=1;whiteSpace=wrap;strokeColor=none;fillColor=none;align=left;verticalAlign=middle;rounded=0;fontSize=8;" value="&lt;font face=&quot;Comic Sans MS&quot;&gt;&lt;span style=&quot;background-color: rgb(255, 204, 255);&quot;&gt;CNN - Convolutional Neural Networks&lt;/span&gt;&lt;br&gt;&lt;span&gt;ResNet, VGG, Inception&lt;/span&gt;&lt;/font&gt;" vertex="1">
          <mxGeometry height="30" width="150" x="377" y="800" as="geometry" />
        </mxCell>
        <mxCell id="4Kx2ZGOmUHy-jwn0eLsE-30" parent="1" style="text;html=1;whiteSpace=wrap;strokeColor=none;fillColor=none;align=center;verticalAlign=middle;rounded=0;fontSize=8;" value="&lt;font face=&quot;Comic Sans MS&quot; style=&quot;background-color: rgb(255, 204, 255);&quot;&gt;Vision Transformers&lt;/font&gt;" vertex="1">
          <mxGeometry height="30" width="100" x="507" y="795" as="geometry" />
        </mxCell>
        <mxCell id="4Kx2ZGOmUHy-jwn0eLsE-31" edge="1" parent="1" source="4Kx2ZGOmUHy-jwn0eLsE-12" style="endArrow=blockThin;html=1;rounded=0;endFill=1;strokeColor=light-dark(#929090, #ededed);strokeWidth=0.75;dashed=1;exitX=0.5;exitY=1;exitDx=0;exitDy=0;entryX=0.25;entryY=0;entryDx=0;entryDy=0;" target="4Kx2ZGOmUHy-jwn0eLsE-29" value="">
          <mxGeometry height="50" relative="1" width="50" as="geometry">
            <mxPoint x="367" y="890" as="sourcePoint" />
            <mxPoint x="417" y="840" as="targetPoint" />
          </mxGeometry>
        </mxCell>
        <mxCell id="4Kx2ZGOmUHy-jwn0eLsE-32" edge="1" parent="1" source="4Kx2ZGOmUHy-jwn0eLsE-12" style="endArrow=blockThin;html=1;rounded=0;endFill=1;strokeColor=light-dark(#929090, #ededed);strokeWidth=0.75;dashed=1;entryX=0.25;entryY=0;entryDx=0;entryDy=0;exitX=0.75;exitY=1;exitDx=0;exitDy=0;" target="4Kx2ZGOmUHy-jwn0eLsE-30" value="">
          <mxGeometry height="50" relative="1" width="50" as="geometry">
            <mxPoint x="367" y="890" as="sourcePoint" />
            <mxPoint x="417" y="840" as="targetPoint" />
          </mxGeometry>
        </mxCell>
        <mxCell id="4Kx2ZGOmUHy-jwn0eLsE-33" parent="1" style="text;html=1;whiteSpace=wrap;strokeColor=none;fillColor=none;align=center;verticalAlign=middle;rounded=0;fontSize=8;" value="&lt;font face=&quot;Comic Sans MS&quot; style=&quot;background-color: rgb(204, 229, 255);&quot;&gt;CLIP (Contrastive Language-Image Pretraining&lt;/font&gt;" vertex="1">
          <mxGeometry height="20" width="190" x="577" y="856" as="geometry" />
        </mxCell>
        <mxCell id="4Kx2ZGOmUHy-jwn0eLsE-34" edge="1" parent="1" source="4Kx2ZGOmUHy-jwn0eLsE-13" style="endArrow=blockThin;html=1;rounded=0;endFill=1;strokeColor=light-dark(#929090, #ededed);strokeWidth=0.75;dashed=1;entryX=0.25;entryY=0;entryDx=0;entryDy=0;exitX=0.5;exitY=1;exitDx=0;exitDy=0;" target="4Kx2ZGOmUHy-jwn0eLsE-33" value="">
          <mxGeometry height="50" relative="1" width="50" as="geometry">
            <mxPoint x="347" y="780" as="sourcePoint" />
            <mxPoint x="397" y="730" as="targetPoint" />
          </mxGeometry>
        </mxCell>
        <mxCell id="4Kx2ZGOmUHy-jwn0eLsE-35" parent="1" style="text;html=1;whiteSpace=wrap;strokeColor=none;fillColor=none;align=center;verticalAlign=middle;rounded=0;fontSize=8;fontStyle=0" value="&lt;font face=&quot;Comic Sans MS&quot; style=&quot;background-color: rgb(204, 204, 255);&quot;&gt;TF-IDF&lt;/font&gt;" vertex="1">
          <mxGeometry height="30" width="60" x="20" y="880" as="geometry" />
        </mxCell>
        <mxCell id="4Kx2ZGOmUHy-jwn0eLsE-36" edge="1" parent="1" source="4Kx2ZGOmUHy-jwn0eLsE-17" style="endArrow=blockThin;html=1;rounded=0;endFill=1;strokeColor=light-dark(#929090, #ededed);strokeWidth=0.75;dashed=1;exitX=0;exitY=1;exitDx=0;exitDy=0;entryX=0.75;entryY=0;entryDx=0;entryDy=0;" target="4Kx2ZGOmUHy-jwn0eLsE-35" value="">
          <mxGeometry height="50" relative="1" width="50" as="geometry">
            <mxPoint x="140" y="780" as="sourcePoint" />
            <mxPoint x="190" y="730" as="targetPoint" />
          </mxGeometry>
        </mxCell>
        <mxCell id="V7DRn1bYesRj_FAgbpVT-1" parent="1" style="rounded=1;whiteSpace=wrap;html=1;strokeColor=#808080;fontFamily=Comic Sans MS;strokeWidth=0.75;fontSize=10;" value="Defining the Problem" vertex="1">
-           <mxGeometry height="18" width="105" x="881" y="605" as="geometry" />
+           <mxGeometry height="18" width="105" x="1001" y="605" as="geometry" />
        </mxCell>
        <mxCell id="V7DRn1bYesRj_FAgbpVT-5" parent="1" style="rounded=1;whiteSpace=wrap;html=1;strokeColor=#808080;fontFamily=Comic Sans MS;strokeWidth=0.75;fontSize=10;" value="Data Collection" vertex="1">
-           <mxGeometry height="19" width="77" x="1017" y="604.5" as="geometry" />
+           <mxGeometry height="19" width="77" x="1137" y="604.5" as="geometry" />
        </mxCell>
        <mxCell id="V7DRn1bYesRj_FAgbpVT-7" parent="1" style="rounded=1;whiteSpace=wrap;html=1;strokeColor=#808080;fontFamily=Comic Sans MS;strokeWidth=0.75;fontSize=10;" value="Preparing the Data" vertex="1">
-           <mxGeometry height="18" width="105" x="1121" y="604.5" as="geometry" />
+           <mxGeometry height="18" width="105" x="1241" y="604.5" as="geometry" />
        </mxCell>
        <mxCell id="V7DRn1bYesRj_FAgbpVT-8" parent="1" style="rounded=1;whiteSpace=wrap;html=1;strokeColor=#808080;fontFamily=Comic Sans MS;strokeWidth=0.75;fontSize=10;" value="Assigning Appropriate Model" vertex="1">
-           <mxGeometry height="19" width="140" x="1086" y="670" as="geometry" />
+           <mxGeometry height="19" width="140" x="1206" y="670" as="geometry" />
        </mxCell>
        <mxCell id="V7DRn1bYesRj_FAgbpVT-9" parent="1" style="rounded=1;whiteSpace=wrap;html=1;strokeColor=#808080;fontFamily=Comic Sans MS;strokeWidth=0.75;fontSize=10;" value="Training the Model" vertex="1">
-           <mxGeometry height="19" width="97" x="951" y="670" as="geometry" />
+           <mxGeometry height="19" width="97" x="1071" y="670" as="geometry" />
        </mxCell>
        <mxCell id="V7DRn1bYesRj_FAgbpVT-10" parent="1" style="rounded=1;whiteSpace=wrap;html=1;strokeColor=#808080;fontFamily=Comic Sans MS;strokeWidth=0.75;fontSize=10;" value="Evaluating" vertex="1">
-           <mxGeometry height="18" width="58" x="870" y="670" as="geometry" />
+           <mxGeometry height="18" width="58" x="990" y="670" as="geometry" />
        </mxCell>
        <mxCell id="V7DRn1bYesRj_FAgbpVT-11" parent="1" style="rounded=1;whiteSpace=wrap;html=1;strokeColor=#808080;fontFamily=Comic Sans MS;strokeWidth=0.75;fontSize=10;" value="Parameter Tuning" vertex="1">
-           <mxGeometry height="18" width="98" x="870" y="720" as="geometry" />
+           <mxGeometry height="18" width="98" x="990" y="720" as="geometry" />
        </mxCell>
        <mxCell id="V7DRn1bYesRj_FAgbpVT-12" edge="1" parent="1" source="V7DRn1bYesRj_FAgbpVT-1" style="endArrow=openThin;html=1;rounded=0;strokeWidth=0.75;endFill=0;strokeColor=#666666;entryX=0;entryY=0.5;entryDx=0;entryDy=0;exitX=1;exitY=0.5;exitDx=0;exitDy=0;" target="V7DRn1bYesRj_FAgbpVT-5" value="">
          <mxGeometry height="50" relative="1" width="50" as="geometry">
-             <mxPoint x="955" y="695" as="sourcePoint" />
-             <mxPoint x="1005" y="645" as="targetPoint" />
+             <mxPoint x="1075" y="695" as="sourcePoint" />
+             <mxPoint x="1125" y="645" as="targetPoint" />
          </mxGeometry>
        </mxCell>
        <mxCell id="V7DRn1bYesRj_FAgbpVT-13" edge="1" parent="1" source="V7DRn1bYesRj_FAgbpVT-5" style="endArrow=openThin;html=1;rounded=0;strokeWidth=0.75;endFill=0;strokeColor=#666666;entryX=0;entryY=0.5;entryDx=0;entryDy=0;exitX=1;exitY=0.5;exitDx=0;exitDy=0;" target="V7DRn1bYesRj_FAgbpVT-7" value="">
          <mxGeometry height="50" relative="1" width="50" as="geometry">
-             <mxPoint x="955" y="695" as="sourcePoint" />
-             <mxPoint x="1005" y="645" as="targetPoint" />
+             <mxPoint x="1075" y="695" as="sourcePoint" />
+             <mxPoint x="1125" y="645" as="targetPoint" />
          </mxGeometry>
        </mxCell>
        <mxCell id="V7DRn1bYesRj_FAgbpVT-14" edge="1" parent="1" source="V7DRn1bYesRj_FAgbpVT-7" style="endArrow=openThin;html=1;rounded=0;strokeWidth=0.75;endFill=0;strokeColor=#666666;exitX=0.75;exitY=1;exitDx=0;exitDy=0;entryX=0.814;entryY=0;entryDx=0;entryDy=0;entryPerimeter=0;" target="V7DRn1bYesRj_FAgbpVT-8" value="">
          <mxGeometry height="50" relative="1" width="50" as="geometry">
-             <mxPoint x="1179" y="652" as="sourcePoint" />
-             <mxPoint x="1229" y="602" as="targetPoint" />
+             <mxPoint x="1299" y="652" as="sourcePoint" />
+             <mxPoint x="1349" y="602" as="targetPoint" />
          </mxGeometry>
        </mxCell>
        <mxCell id="V7DRn1bYesRj_FAgbpVT-15" edge="1" parent="1" source="V7DRn1bYesRj_FAgbpVT-8" style="endArrow=openThin;html=1;rounded=0;strokeWidth=0.75;endFill=0;strokeColor=#666666;exitX=0;exitY=0.5;exitDx=0;exitDy=0;entryX=1;entryY=0.5;entryDx=0;entryDy=0;" target="V7DRn1bYesRj_FAgbpVT-9" value="">
          <mxGeometry height="50" relative="1" width="50" as="geometry">
-             <mxPoint x="1020" y="652" as="sourcePoint" />
-             <mxPoint x="1070" y="602" as="targetPoint" />
+             <mxPoint x="1140" y="652" as="sourcePoint" />
+             <mxPoint x="1190" y="602" as="targetPoint" />
          </mxGeometry>
        </mxCell>
        <mxCell id="V7DRn1bYesRj_FAgbpVT-16" edge="1" parent="1" source="V7DRn1bYesRj_FAgbpVT-9" style="endArrow=openThin;html=1;rounded=0;strokeWidth=0.75;endFill=0;strokeColor=#666666;exitX=0;exitY=0.5;exitDx=0;exitDy=0;entryX=1;entryY=0.5;entryDx=0;entryDy=0;" target="V7DRn1bYesRj_FAgbpVT-10" value="">
          <mxGeometry height="50" relative="1" width="50" as="geometry">
-             <mxPoint x="884" y="652" as="sourcePoint" />
-             <mxPoint x="934" y="602" as="targetPoint" />
+             <mxPoint x="1004" y="652" as="sourcePoint" />
+             <mxPoint x="1054" y="602" as="targetPoint" />
          </mxGeometry>
        </mxCell>
        <mxCell id="V7DRn1bYesRj_FAgbpVT-17" edge="1" parent="1" source="V7DRn1bYesRj_FAgbpVT-10" style="endArrow=openThin;html=1;rounded=0;strokeWidth=0.75;endFill=0;strokeColor=#666666;entryX=0.296;entryY=0.028;entryDx=0;entryDy=0;entryPerimeter=0;exitX=0.5;exitY=1;exitDx=0;exitDy=0;" target="V7DRn1bYesRj_FAgbpVT-11" value="">
          <mxGeometry height="50" relative="1" width="50" as="geometry">
-             <mxPoint x="845" y="614" as="sourcePoint" />
-             <mxPoint x="895" y="564" as="targetPoint" />
+             <mxPoint x="965" y="614" as="sourcePoint" />
+             <mxPoint x="1015" y="564" as="targetPoint" />
          </mxGeometry>
        </mxCell>
        <mxCell id="V7DRn1bYesRj_FAgbpVT-18" parent="1" style="text;html=1;whiteSpace=wrap;strokeColor=none;fillColor=none;align=center;verticalAlign=middle;rounded=0;fontFamily=Comic Sans MS;fontSize=10;" value="&lt;span style=&quot;background-color: rgb(204, 255, 204);&quot;&gt;training data&lt;/span&gt;" vertex="1">
-           <mxGeometry height="15" width="60" x="1065" y="641" as="geometry" />
+           <mxGeometry height="15" width="60" x="1185" y="641" as="geometry" />
        </mxCell>
        <mxCell id="V7DRn1bYesRj_FAgbpVT-19" parent="1" style="text;html=1;whiteSpace=wrap;strokeColor=none;fillColor=none;align=center;verticalAlign=middle;rounded=0;fontFamily=Comic Sans MS;fontSize=10;" value="&lt;span style=&quot;background-color: rgb(255, 230, 204);&quot;&gt;validation data&lt;/span&gt;" vertex="1">
-           <mxGeometry height="15" width="69" x="1122" y="641" as="geometry" />
+           <mxGeometry height="15" width="69" x="1242" y="641" as="geometry" />
        </mxCell>
        <mxCell id="V7DRn1bYesRj_FAgbpVT-20" edge="1" parent="1" source="V7DRn1bYesRj_FAgbpVT-7" style="endArrow=blockThin;html=1;rounded=0;strokeColor=#808080;endFill=1;strokeWidth=0.65;exitX=0.5;exitY=1;exitDx=0;exitDy=0;entryX=0.5;entryY=0;entryDx=0;entryDy=0;dashed=1;" target="V7DRn1bYesRj_FAgbpVT-19" value="">
          <mxGeometry height="50" relative="1" width="50" as="geometry">
-             <mxPoint x="1039" y="571" as="sourcePoint" />
-             <mxPoint x="1014" y="531" as="targetPoint" />
+             <mxPoint x="1159" y="571" as="sourcePoint" />
+             <mxPoint x="1134" y="531" as="targetPoint" />
          </mxGeometry>
        </mxCell>
        <mxCell id="V7DRn1bYesRj_FAgbpVT-21" edge="1" parent="1" source="V7DRn1bYesRj_FAgbpVT-7" style="endArrow=blockThin;html=1;rounded=0;strokeColor=#808080;endFill=1;strokeWidth=0.65;exitX=0.5;exitY=1;exitDx=0;exitDy=0;entryX=0.5;entryY=0;entryDx=0;entryDy=0;dashed=1;" target="V7DRn1bYesRj_FAgbpVT-18" value="">
          <mxGeometry height="50" relative="1" width="50" as="geometry">
-             <mxPoint x="1039" y="571" as="sourcePoint" />
-             <mxPoint x="1014" y="531" as="targetPoint" />
+             <mxPoint x="1159" y="571" as="sourcePoint" />
+             <mxPoint x="1134" y="531" as="targetPoint" />
          </mxGeometry>
        </mxCell>
        <mxCell id="V7DRn1bYesRj_FAgbpVT-22" parent="1" style="text;html=1;whiteSpace=wrap;strokeColor=none;fillColor=none;align=center;verticalAlign=middle;rounded=0;fontFamily=Comic Sans MS;fontSize=10;" value="&lt;span style=&quot;background-color: rgb(204, 229, 255);&quot;&gt;Supervised Learning&lt;/span&gt;" vertex="1">
-           <mxGeometry height="18" width="100" x="1137" y="711" as="geometry" />
+           <mxGeometry height="18" width="100" x="1257" y="711" as="geometry" />
        </mxCell>
        <mxCell id="V7DRn1bYesRj_FAgbpVT-23" parent="1" style="text;html=1;whiteSpace=wrap;strokeColor=none;fillColor=none;align=center;verticalAlign=middle;rounded=0;fontFamily=Comic Sans MS;fontSize=10;" value="&lt;span style=&quot;background-color: rgb(204, 255, 204);&quot;&gt;Unsupervised Learning&lt;/span&gt;" vertex="1">
-           <mxGeometry height="21" width="112" x="1137" y="739" as="geometry" />
+           <mxGeometry height="21" width="112" x="1257" y="739" as="geometry" />
        </mxCell>
        <mxCell id="V7DRn1bYesRj_FAgbpVT-24" parent="1" style="text;html=1;whiteSpace=wrap;strokeColor=none;fillColor=none;align=center;verticalAlign=middle;rounded=0;fontFamily=Comic Sans MS;fontSize=10;" value="&lt;span style=&quot;background-color: rgb(255, 204, 204);&quot;&gt;Reinforcement Learning&lt;/span&gt;" vertex="1">
-           <mxGeometry height="19" width="118" x="1137" y="770" as="geometry" />
+           <mxGeometry height="19" width="118" x="1257" y="770" as="geometry" />
        </mxCell>
        <mxCell id="V7DRn1bYesRj_FAgbpVT-25" parent="1" style="text;html=1;whiteSpace=wrap;strokeColor=none;fillColor=none;align=center;verticalAlign=middle;rounded=0;fontFamily=Comic Sans MS;fontSize=10;" value="&lt;span style=&quot;background-color: rgb(255, 255, 204);&quot;&gt;Neural Networks &amp;amp; Deep Learning&lt;/span&gt;" vertex="1">
-           <mxGeometry height="18" width="160" x="1137" y="806" as="geometry" />
+           <mxGeometry height="18" width="160" x="1257" y="806" as="geometry" />
        </mxCell>
        <mxCell id="V7DRn1bYesRj_FAgbpVT-26" edge="1" parent="1" source="V7DRn1bYesRj_FAgbpVT-8" style="endArrow=blockThin;html=1;rounded=0;strokeColor=#808080;endFill=1;strokeWidth=0.5;exitX=0.25;exitY=1;exitDx=0;exitDy=0;entryX=0;entryY=0.5;entryDx=0;entryDy=0;" target="V7DRn1bYesRj_FAgbpVT-22" value="">
          <mxGeometry height="50" relative="1" width="50" as="geometry">
            <Array as="points">
-               <mxPoint x="1121" y="720" />
+               <mxPoint x="1241" y="720" />
            </Array>
-             <mxPoint x="1103" y="744" as="sourcePoint" />
-             <mxPoint x="1207" y="654" as="targetPoint" />
+             <mxPoint x="1223" y="744" as="sourcePoint" />
+             <mxPoint x="1327" y="654" as="targetPoint" />
          </mxGeometry>
        </mxCell>
        <mxCell id="V7DRn1bYesRj_FAgbpVT-27" edge="1" parent="1" source="V7DRn1bYesRj_FAgbpVT-8" style="endArrow=blockThin;html=1;rounded=0;strokeColor=#808080;endFill=1;strokeWidth=0.5;entryX=0;entryY=0.5;entryDx=0;entryDy=0;exitX=0.25;exitY=1;exitDx=0;exitDy=0;" target="V7DRn1bYesRj_FAgbpVT-23" value="">
          <mxGeometry height="50" relative="1" width="50" as="geometry">
            <Array as="points">
-               <mxPoint x="1121" y="750" />
+               <mxPoint x="1241" y="750" />
            </Array>
-             <mxPoint x="1120" y="690" as="sourcePoint" />
-             <mxPoint x="1194" y="650" as="targetPoint" />
+             <mxPoint x="1240" y="690" as="sourcePoint" />
+             <mxPoint x="1314" y="650" as="targetPoint" />
          </mxGeometry>
        </mxCell>
        <mxCell id="V7DRn1bYesRj_FAgbpVT-28" edge="1" parent="1" source="V7DRn1bYesRj_FAgbpVT-8" style="endArrow=blockThin;html=1;rounded=0;strokeColor=#808080;endFill=1;strokeWidth=0.5;exitX=0.25;exitY=1;exitDx=0;exitDy=0;entryX=0;entryY=0.5;entryDx=0;entryDy=0;" target="V7DRn1bYesRj_FAgbpVT-24" value="">
          <mxGeometry height="50" relative="1" width="50" as="geometry">
            <Array as="points">
-               <mxPoint x="1121" y="780" />
+               <mxPoint x="1241" y="780" />
            </Array>
-             <mxPoint x="1110" y="790" as="sourcePoint" />
-             <mxPoint x="1214" y="700" as="targetPoint" />
+             <mxPoint x="1230" y="790" as="sourcePoint" />
+             <mxPoint x="1334" y="700" as="targetPoint" />
          </mxGeometry>
        </mxCell>
        <mxCell id="V7DRn1bYesRj_FAgbpVT-31" edge="1" parent="1" source="V7DRn1bYesRj_FAgbpVT-8" style="endArrow=blockThin;html=1;rounded=0;strokeColor=#808080;endFill=1;strokeWidth=0.5;exitX=0.25;exitY=1;exitDx=0;exitDy=0;entryX=0;entryY=0.5;entryDx=0;entryDy=0;" target="V7DRn1bYesRj_FAgbpVT-25" value="">
          <mxGeometry height="50" relative="1" width="50" as="geometry">
            <Array as="points">
-               <mxPoint x="1121" y="815" />
+               <mxPoint x="1241" y="815" />
            </Array>
-             <mxPoint x="1070" y="790" as="sourcePoint" />
-             <mxPoint x="1174" y="700" as="targetPoint" />
+             <mxPoint x="1190" y="790" as="sourcePoint" />
+             <mxPoint x="1294" y="700" as="targetPoint" />
          </mxGeometry>
        </mxCell>
        <mxCell id="V7DRn1bYesRj_FAgbpVT-33" parent="1" style="rounded=0;whiteSpace=wrap;html=1;fontFamily=Comic Sans MS;strokeWidth=0.5;strokeColor=#808080;align=left;verticalAlign=top;fontSize=10;" value="CNN,&amp;nbsp;RNN / LSTM" vertex="1">
-           <mxGeometry height="30" width="180" x="1340" y="826" as="geometry" />
+           <mxGeometry height="30" width="180" x="1460" y="826" as="geometry" />
        </mxCell>
        <mxCell id="V7DRn1bYesRj_FAgbpVT-35" parent="1" style="rounded=0;whiteSpace=wrap;html=1;fontFamily=Comic Sans MS;strokeWidth=0.5;strokeColor=#808080;align=left;verticalAlign=top;fontSize=10;" value="Q-Learning, Deep Q-Network (DQN)." vertex="1">
-           <mxGeometry height="30" width="180" x="1340" y="786" as="geometry" />
+           <mxGeometry height="30" width="180" x="1460" y="786" as="geometry" />
        </mxCell>
        <mxCell id="V7DRn1bYesRj_FAgbpVT-36" parent="1" style="rounded=0;whiteSpace=wrap;html=1;fontFamily=Comic Sans MS;strokeWidth=0.5;strokeColor=#808080;align=left;verticalAlign=top;fontSize=10;" value="Clustering :&amp;nbsp;K-Means, DBSCAN&lt;br&gt;Dimensionality Reduction:&amp;nbsp;PCA" vertex="1">
-           <mxGeometry height="30" width="180" x="1340" y="739.5" as="geometry" />
+           <mxGeometry height="30" width="180" x="1460" y="739.5" as="geometry" />
        </mxCell>
        <mxCell id="V7DRn1bYesRj_FAgbpVT-37" parent="1" style="rounded=0;whiteSpace=wrap;html=1;fontFamily=Comic Sans MS;strokeWidth=0.5;strokeColor=#808080;align=left;verticalAlign=top;fontSize=10;" value="Regression :&amp;nbsp;Linear Regression&lt;div&gt;Classification : Logistic Regression, Decision Trees, Random Forest,SVM - Support Vector Machine&lt;/div&gt;" vertex="1">
-           <mxGeometry height="48" width="220" x="1340" y="679.25" as="geometry" />
+           <mxGeometry height="48" width="220" x="1460" y="679.25" as="geometry" />
        </mxCell>
        <mxCell id="V7DRn1bYesRj_FAgbpVT-39" edge="1" parent="1" source="V7DRn1bYesRj_FAgbpVT-22" style="endArrow=blockThin;html=1;rounded=0;strokeColor=#808080;endFill=1;strokeWidth=0.65;exitX=1;exitY=0.5;exitDx=0;exitDy=0;entryX=0;entryY=0.25;entryDx=0;entryDy=0;dashed=1;" target="V7DRn1bYesRj_FAgbpVT-37" value="">
          <mxGeometry height="50" relative="1" width="50" as="geometry">
-             <mxPoint x="1285" y="760" as="sourcePoint" />
-             <mxPoint x="1260" y="720" as="targetPoint" />
+             <mxPoint x="1405" y="760" as="sourcePoint" />
+             <mxPoint x="1380" y="720" as="targetPoint" />
          </mxGeometry>
        </mxCell>
        <mxCell id="V7DRn1bYesRj_FAgbpVT-40" edge="1" parent="1" source="V7DRn1bYesRj_FAgbpVT-23" style="endArrow=blockThin;html=1;rounded=0;strokeColor=#808080;endFill=1;strokeWidth=0.65;exitX=1;exitY=0.5;exitDx=0;exitDy=0;entryX=0;entryY=0.25;entryDx=0;entryDy=0;dashed=1;" target="V7DRn1bYesRj_FAgbpVT-36" value="">
          <mxGeometry height="50" relative="1" width="50" as="geometry">
-             <mxPoint x="1285" y="760" as="sourcePoint" />
-             <mxPoint x="1260" y="720" as="targetPoint" />
+             <mxPoint x="1405" y="760" as="sourcePoint" />
+             <mxPoint x="1380" y="720" as="targetPoint" />
          </mxGeometry>
        </mxCell>
        <mxCell id="V7DRn1bYesRj_FAgbpVT-41" edge="1" parent="1" source="V7DRn1bYesRj_FAgbpVT-24" style="endArrow=blockThin;html=1;rounded=0;strokeColor=#808080;endFill=1;strokeWidth=0.65;exitX=1;exitY=0.5;exitDx=0;exitDy=0;entryX=0;entryY=0.25;entryDx=0;entryDy=0;dashed=1;" target="V7DRn1bYesRj_FAgbpVT-35" value="">
          <mxGeometry height="50" relative="1" width="50" as="geometry">
-             <mxPoint x="1285" y="760" as="sourcePoint" />
-             <mxPoint x="1260" y="720" as="targetPoint" />
+             <mxPoint x="1405" y="760" as="sourcePoint" />
+             <mxPoint x="1380" y="720" as="targetPoint" />
          </mxGeometry>
        </mxCell>
        <mxCell id="V7DRn1bYesRj_FAgbpVT-42" edge="1" parent="1" source="V7DRn1bYesRj_FAgbpVT-25" style="endArrow=blockThin;html=1;rounded=0;strokeColor=#808080;endFill=1;strokeWidth=0.65;exitX=1;exitY=0.5;exitDx=0;exitDy=0;entryX=0;entryY=0.25;entryDx=0;entryDy=0;dashed=1;" target="V7DRn1bYesRj_FAgbpVT-33" value="">
          <mxGeometry height="50" relative="1" width="50" as="geometry">
-             <mxPoint x="1285" y="760" as="sourcePoint" />
-             <mxPoint x="1260" y="720" as="targetPoint" />
+             <mxPoint x="1405" y="760" as="sourcePoint" />
+             <mxPoint x="1380" y="720" as="targetPoint" />
          </mxGeometry>
        </mxCell>
        <mxCell id="V7DRn1bYesRj_FAgbpVT-44" parent="1" style="rounded=0;whiteSpace=wrap;html=1;fontFamily=Comic Sans MS;strokeWidth=0.5;strokeColor=#808080;align=left;verticalAlign=top;fontSize=10;" value="Feed datasets to the algorithm so it can learn. Continuous training helps the algorithm adjust its weights and improve its predictive capabilities" vertex="1">
-           <mxGeometry height="75" width="133" x="980" y="720" as="geometry" />
+           <mxGeometry height="75" width="133" x="1100" y="720" as="geometry" />
        </mxCell>
        <mxCell id="V7DRn1bYesRj_FAgbpVT-45" edge="1" parent="1" source="V7DRn1bYesRj_FAgbpVT-9" style="endArrow=blockThin;html=1;rounded=0;strokeColor=#808080;endFill=1;strokeWidth=0.65;exitX=0.75;exitY=1;exitDx=0;exitDy=0;entryX=0.25;entryY=0;entryDx=0;entryDy=0;dashed=1;" target="V7DRn1bYesRj_FAgbpVT-44" value="">
          <mxGeometry height="50" relative="1" width="50" as="geometry">
-             <mxPoint x="1015" y="690" as="sourcePoint" />
-             <mxPoint x="990" y="650" as="targetPoint" />
+             <mxPoint x="1135" y="690" as="sourcePoint" />
+             <mxPoint x="1110" y="650" as="targetPoint" />
          </mxGeometry>
        </mxCell>
        <mxCell id="V7DRn1bYesRj_FAgbpVT-46" parent="1" style="rounded=0;whiteSpace=wrap;html=1;fontFamily=Comic Sans MS;strokeWidth=0.5;strokeColor=#808080;align=left;verticalAlign=top;fontSize=10;" value="Adjust the &lt;u&gt;hyperparameters&lt;/u&gt; for optimization, helping the model achieve the highest possible accuracy" vertex="1">
-           <mxGeometry height="60" width="130" x="798" y="760" as="geometry" />
-         </mxCell>
-         <mxCell id="V7DRn1bYesRj_FAgbpVT-47" edge="1" parent="1" source="V7DRn1bYesRj_FAgbpVT-11" style="endArrow=blockThin;html=1;rounded=0;strokeColor=#808080;endFill=1;strokeWidth=0.65;exitX=0.25;exitY=1;exitDx=0;exitDy=0;entryX=0.75;entryY=0;entryDx=0;entryDy=0;dashed=1;" target="V7DRn1bYesRj_FAgbpVT-46" value="">
-           <mxGeometry height="50" relative="1" width="50" as="geometry">
-             <mxPoint x="1015" y="750" as="sourcePoint" />
-             <mxPoint x="990" y="710" as="targetPoint" />
+           <mxGeometry height="60" width="130" x="954" y="760" as="geometry" />
+         </mxCell>
+         <mxCell id="V7DRn1bYesRj_FAgbpVT-47" edge="1" parent="1" source="V7DRn1bYesRj_FAgbpVT-11" style="endArrow=blockThin;html=1;rounded=0;strokeColor=#808080;endFill=1;strokeWidth=0.65;exitX=0.25;exitY=1;exitDx=0;exitDy=0;entryX=0.462;entryY=0.005;entryDx=0;entryDy=0;dashed=1;entryPerimeter=0;" target="V7DRn1bYesRj_FAgbpVT-46" value="">
+           <mxGeometry height="50" relative="1" width="50" as="geometry">
+             <mxPoint x="1135" y="750" as="sourcePoint" />
+             <mxPoint x="1015.5" y="760" as="targetPoint" />
          </mxGeometry>
        </mxCell>
        <mxCell id="V7DRn1bYesRj_FAgbpVT-48" parent="1" style="text;html=1;whiteSpace=wrap;strokeColor=none;fillColor=none;align=center;verticalAlign=middle;rounded=0;fontFamily=Comic Sans MS;fontSize=8;" value="&lt;span style=&quot;background-color: rgb(204, 255, 204);&quot;&gt;Input Data&lt;/span&gt;" vertex="1">
-           <mxGeometry height="20" width="60" x="850" y="632.25" as="geometry" />
+           <mxGeometry height="20" width="60" x="970" y="632.25" as="geometry" />
        </mxCell>
        <mxCell id="V7DRn1bYesRj_FAgbpVT-49" parent="1" style="text;html=1;whiteSpace=wrap;strokeColor=none;fillColor=none;align=center;verticalAlign=middle;rounded=0;fontFamily=Comic Sans MS;fontSize=8;" value="&lt;span style=&quot;background-color: rgb(204, 255, 255);&quot;&gt;Problem Statement&lt;/span&gt;" vertex="1">
-           <mxGeometry height="20" width="90" x="850" y="621.25" as="geometry" />
+           <mxGeometry height="20" width="90" x="970" y="621.25" as="geometry" />
        </mxCell>
        <mxCell id="V7DRn1bYesRj_FAgbpVT-50" parent="1" style="text;html=1;whiteSpace=wrap;strokeColor=none;fillColor=none;align=center;verticalAlign=middle;rounded=0;fontFamily=Comic Sans MS;fontSize=8;" value="&lt;span style=&quot;background-color: rgb(255, 230, 204);&quot;&gt;Model Objective / Goal&lt;/span&gt;" vertex="1">
-           <mxGeometry height="16.75" width="110.5" x="910.75" y="622.88" as="geometry" />
+           <mxGeometry height="16.75" width="110.5" x="1030.75" y="622.88" as="geometry" />
        </mxCell>
        <mxCell id="V7DRn1bYesRj_FAgbpVT-51" parent="1" style="text;html=1;whiteSpace=wrap;strokeColor=none;fillColor=none;align=center;verticalAlign=middle;rounded=0;fontFamily=Comic Sans MS;fontSize=8;" value="&lt;span style=&quot;background-color: rgb(255, 255, 204);&quot;&gt;Features / Attributes&lt;/span&gt;" vertex="1">
-           <mxGeometry height="20" width="100" x="885" y="633" as="geometry" />
+           <mxGeometry height="20" width="100" x="1005" y="633" as="geometry" />
        </mxCell>
        <mxCell id="V7DRn1bYesRj_FAgbpVT-52" parent="1" style="text;html=1;whiteSpace=wrap;strokeColor=none;fillColor=none;align=center;verticalAlign=middle;rounded=0;fontFamily=Comic Sans MS;fontSize=8;" value="&lt;span style=&quot;background-color: rgb(255, 204, 230);&quot;&gt;Independent Variables&lt;/span&gt;" vertex="1">
-           <mxGeometry height="20" width="100" x="957" y="633" as="geometry" />
+           <mxGeometry height="20" width="100" x="1077" y="633" as="geometry" />
        </mxCell>
        <mxCell id="V7DRn1bYesRj_FAgbpVT-53" parent="1" style="text;html=1;whiteSpace=wrap;strokeColor=none;fillColor=none;align=center;verticalAlign=middle;rounded=0;fontFamily=Comic Sans MS;fontSize=8;" value="&lt;span style=&quot;background-color: rgb(255, 204, 204);&quot;&gt;Target Variable&lt;/span&gt;" vertex="1">
-           <mxGeometry height="20" width="60" x="857" y="644" as="geometry" />
+           <mxGeometry height="20" width="60" x="977" y="644" as="geometry" />
        </mxCell>
        <mxCell id="V7DRn1bYesRj_FAgbpVT-54" parent="1" style="text;html=1;whiteSpace=wrap;strokeColor=none;fillColor=none;align=center;verticalAlign=middle;rounded=0;fontFamily=Comic Sans MS;fontSize=8;" value="&lt;span style=&quot;background-color: rgb(204, 255, 204);&quot;&gt;Label&lt;/span&gt;" vertex="1">
-           <mxGeometry height="12" width="25" x="910.75" y="648" as="geometry" />
+           <mxGeometry height="12" width="25" x="1030.75" y="648" as="geometry" />
        </mxCell>
        <mxCell id="V7DRn1bYesRj_FAgbpVT-55" parent="1" style="text;html=1;whiteSpace=wrap;strokeColor=none;fillColor=none;align=center;verticalAlign=middle;rounded=0;fontFamily=Comic Sans MS;fontSize=8;" value="&lt;span style=&quot;background-color: rgb(204, 204, 255);&quot;&gt;Expected Output&lt;/span&gt;" vertex="1">
-           <mxGeometry height="15" width="65" x="929.5" y="646.5" as="geometry" />
+           <mxGeometry height="15" width="65" x="1049.5" y="646.5" as="geometry" />
        </mxCell>
        <mxCell id="V7DRn1bYesRj_FAgbpVT-56" parent="1" style="text;html=1;whiteSpace=wrap;strokeColor=none;fillColor=none;align=center;verticalAlign=middle;rounded=0;fontFamily=Comic Sans MS;fontSize=8;" value="&lt;span style=&quot;background-color: rgb(204, 255, 255);&quot;&gt;Dependent Variable&lt;/span&gt;" vertex="1">
-           <mxGeometry height="18" width="75" x="985" y="645" as="geometry" />
+           <mxGeometry height="18" width="75" x="1105" y="645" as="geometry" />
        </mxCell>
        <mxCell id="V7DRn1bYesRj_FAgbpVT-57" parent="1" style="text;html=1;whiteSpace=wrap;strokeColor=none;fillColor=none;align=center;verticalAlign=middle;rounded=0;fontFamily=Comic Sans MS;fontSize=8;" value="&lt;span style=&quot;background-color: rgb(204, 255, 204);&quot;&gt;Model artifact&lt;/span&gt;" vertex="1">
-           <mxGeometry height="15" width="60" x="1000" y="623.75" as="geometry" />
+           <mxGeometry height="15" width="60" x="1120" y="623.75" as="geometry" />
+         </mxCell>
+         <mxCell id="V7DRn1bYesRj_FAgbpVT-58" parent="1" style="text;html=1;whiteSpace=wrap;strokeColor=none;fillColor=none;align=center;verticalAlign=middle;rounded=0;fontSize=10;" value="&lt;font face=&quot;Comic Sans MS&quot; style=&quot;background-color: rgb(204, 204, 255);&quot;&gt;Inference&lt;/font&gt;" vertex="1">
+           <mxGeometry height="13.5" width="50" x="773" y="575" as="geometry" />
        </mxCell>
      </root>
    </mxGraphModel>
  </diagram>
</mxfile>
